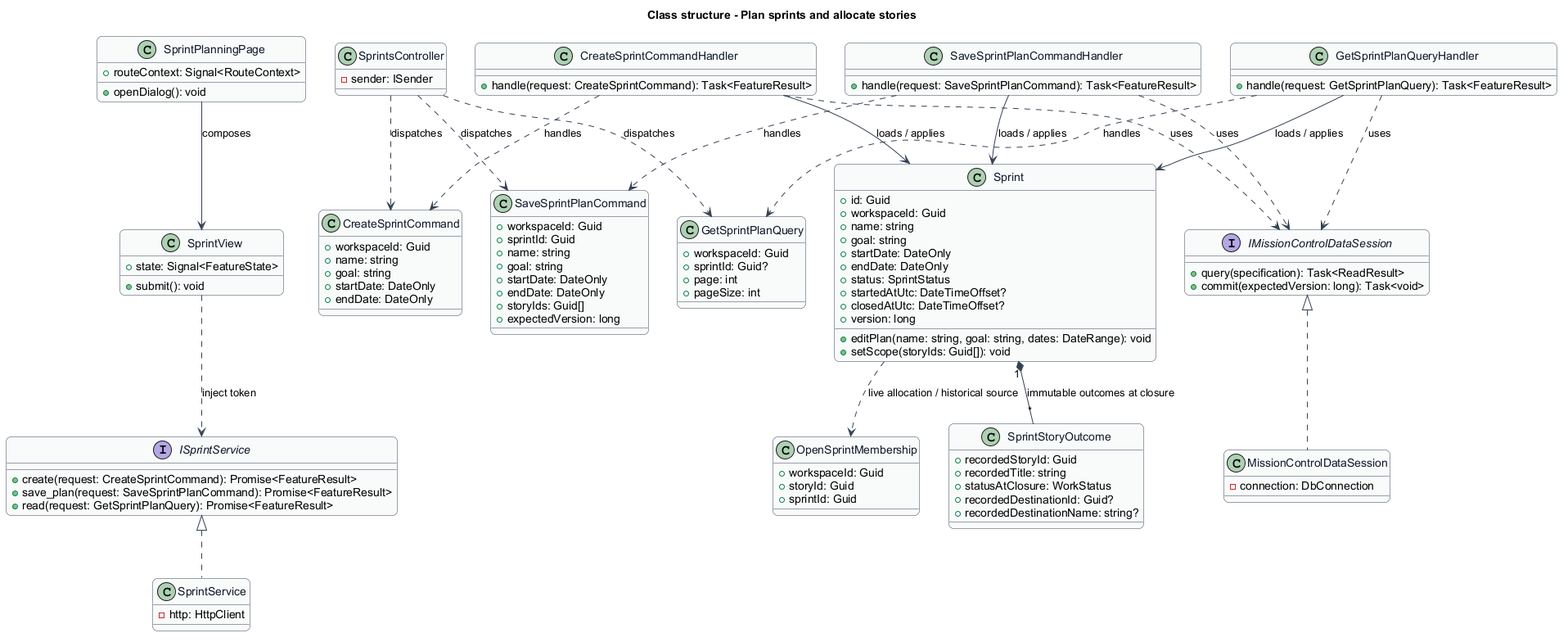
This is docs/detailed-designs/scrum/plan-sprints/diagrams/class-structure.png from QuinntyneBrown/mission-control, a PlantUML export, as it was before one commit. Source of this version:
```plantuml
@startuml
skinparam backgroundColor #FFFFFF
skinparam shadowing false
skinparam roundcorner 12
skinparam defaultFontName Arial
skinparam ArrowColor #344054
skinparam rectangle {
  BorderColor #344054
  FontColor #101828
}
skinparam package {
  BorderColor #667085
  FontColor #101828
  BackgroundColor #F9FAFB
}
title Class structure - Plan sprints and allocate stories
skinparam class {
  BorderColor #344054
  FontColor #101828
  BackgroundColor #F9FAFB
}
class SprintPlanningPage {
  +routeContext: Signal<RouteContext>
  +openDialog(): void
}
class SprintView {
  +state: Signal<FeatureState>
  +submit(): void
}
interface ISprintService {
  +create(request: CreateSprintCommand): Promise<FeatureResult>
  +save_plan(request: SaveSprintPlanCommand): Promise<FeatureResult>
  +read(request: GetSprintPlanQuery): Promise<FeatureResult>
}
class SprintService {
  -http: HttpClient
}
class SprintsController {
  -sender: ISender
}
class Sprint {
  +id: Guid
  +workspaceId: Guid
  +name: string
  +goal: string
  +startDate: DateOnly
  +endDate: DateOnly
  +status: SprintStatus
  +startedAtUtc: DateTimeOffset?
  +closedAtUtc: DateTimeOffset?
  +version: long
  +editPlan(name: string, goal: string, dates: DateRange): void
  +setScope(storyIds: Guid[]): void
}
interface IMissionControlDataSession {
  +query(specification): Task<ReadResult>
  +commit(expectedVersion: long): Task<void>
}
class MissionControlDataSession {
  -connection: DbConnection
}
SprintPlanningPage --> SprintView : composes
SprintView ..> ISprintService : inject token
ISprintService <|.. SprintService
IMissionControlDataSession <|.. MissionControlDataSession
class CreateSprintCommand {
  +workspaceId: Guid
  +name: string
  +goal: string
  +startDate: DateOnly
  +endDate: DateOnly
}
class CreateSprintCommandHandler {
  +handle(request: CreateSprintCommand): Task<FeatureResult>
}
SprintsController ..> CreateSprintCommand : dispatches
CreateSprintCommandHandler ..> CreateSprintCommand : handles
CreateSprintCommandHandler --> Sprint : loads / applies
CreateSprintCommandHandler ..> IMissionControlDataSession : uses
class SaveSprintPlanCommand {
  +workspaceId: Guid
  +sprintId: Guid
  +name: string
  +goal: string
  +startDate: DateOnly
  +endDate: DateOnly
  +storyIds: Guid[]
  +expectedVersion: long
}
class SaveSprintPlanCommandHandler {
  +handle(request: SaveSprintPlanCommand): Task<FeatureResult>
}
SprintsController ..> SaveSprintPlanCommand : dispatches
SaveSprintPlanCommandHandler ..> SaveSprintPlanCommand : handles
SaveSprintPlanCommandHandler --> Sprint : loads / applies
SaveSprintPlanCommandHandler ..> IMissionControlDataSession : uses
class GetSprintPlanQuery {
  +workspaceId: Guid
  +sprintId: Guid?
  +page: int
  +pageSize: int
}
class GetSprintPlanQueryHandler {
  +handle(request: GetSprintPlanQuery): Task<FeatureResult>
}
SprintsController ..> GetSprintPlanQuery : dispatches
GetSprintPlanQueryHandler ..> GetSprintPlanQuery : handles
GetSprintPlanQueryHandler --> Sprint : loads / applies
GetSprintPlanQueryHandler ..> IMissionControlDataSession : uses

class OpenSprintMembership {
  +workspaceId: Guid
  +storyId: Guid
  +sprintId: Guid
}
class SprintStoryOutcome {
  +recordedStoryId: Guid
  +recordedTitle: string
  +statusAtClosure: WorkStatus
  +recordedDestinationId: Guid?
  +recordedDestinationName: string?
}
Sprint "1" *-- "*" SprintStoryOutcome : immutable outcomes at closure
Sprint ..> OpenSprintMembership : live allocation / historical source
@enduml
```
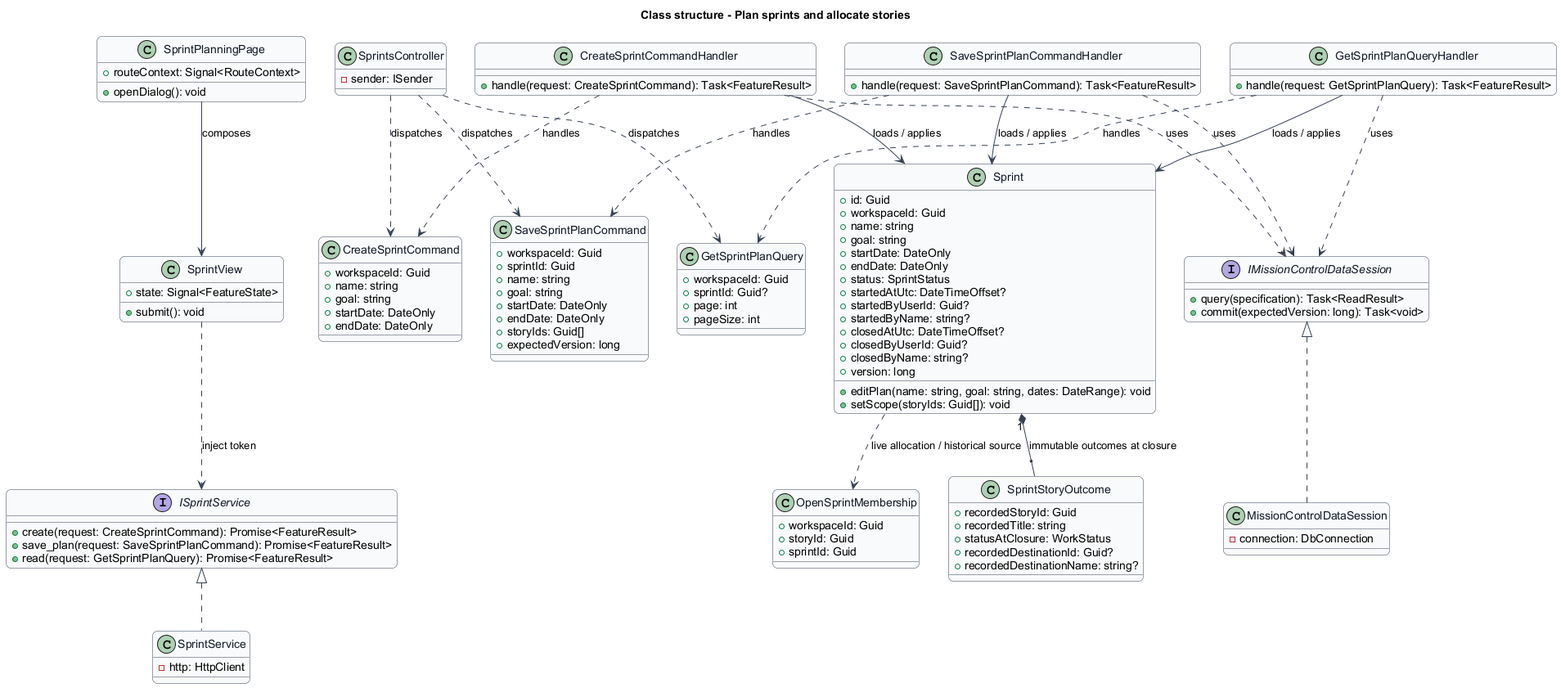
Later version of the same file.

Change to the diagram source:
```diff
@@ -47,7 +47,11 @@
   +endDate: DateOnly
   +status: SprintStatus
   +startedAtUtc: DateTimeOffset?
+  +startedByUserId: Guid?
+  +startedByName: string?
   +closedAtUtc: DateTimeOffset?
+  +closedByUserId: Guid?
+  +closedByName: string?
   +version: long
   +editPlan(name: string, goal: string, dates: DateRange): void
   +setScope(storyIds: Guid[]): void
```
